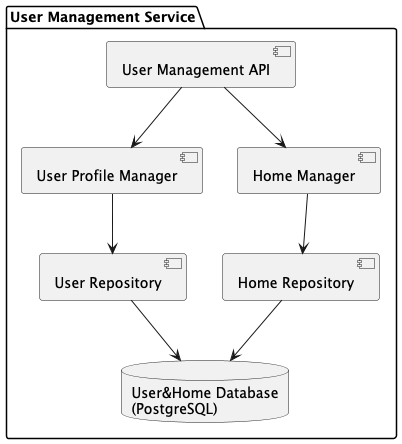
Earlier version of the PlantUML export apps/smart_home/.docs/diagrams/ms-c4-components-user-management-service.png (t0niq/architecture-warmhouse).
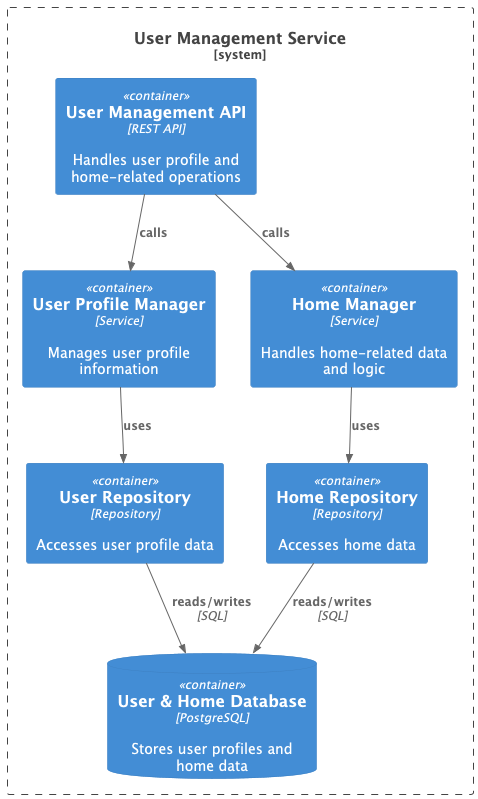
Later version of the same file.

Change to the diagram source:
```diff
@@ -1,14 +1,20 @@
-@startuml
-package "User Management Service" {
+@startuml C4Component
+!includeurl https://raw.githubusercontent.com/plantuml-stdlib/C4-PlantUML/master/C4_Component.puml
 
-    [User Management API] --> [User Profile Manager]
-    [User Management API] --> [Home Manager]
+System_Boundary(user_mgmt, "User Management Service") {
+    Container(user_api, "User Management API", "REST API", "Handles user profile and home-related operations")
+    Container(profile_manager, "User Profile Manager", "Service", "Manages user profile information")
+    Container(home_manager, "Home Manager", "Service", "Handles home-related data and logic")
+    ContainerDb(user_db, "User & Home Database", "PostgreSQL", "Stores user profiles and home data")
+    Container(user_repo, "User Repository", "Repository", "Accesses user profile data")
+    Container(home_repo, "Home Repository", "Repository", "Accesses home data")
+}
 
-    [User Profile Manager] --> [User Repository]
-    [Home Manager] --> [Home Repository]
+Rel(user_api, profile_manager, "calls")
+Rel(user_api, home_manager, "calls")
+Rel(profile_manager, user_repo, "uses")
+Rel(home_manager, home_repo, "uses")
+Rel(user_repo, user_db, "reads/writes", "SQL")
+Rel(home_repo, user_db, "reads/writes", "SQL")
 
-    database "User&Home Database\n(PostgreSQL)" as UserDb
-    [User Repository] --> UserDb
-    [Home Repository] --> UserDb
-}
 @enduml
```
